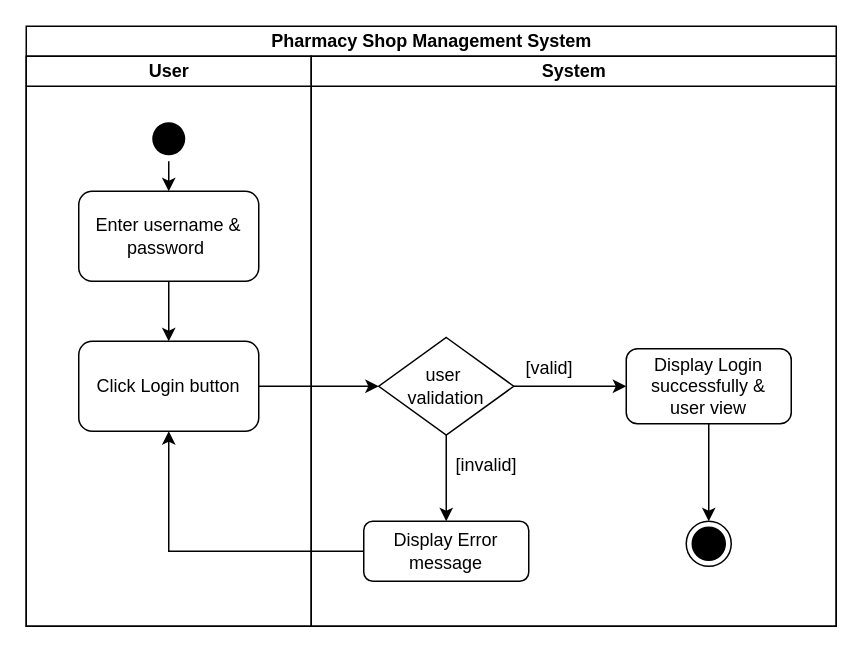
The draw.io diagram Doc/Activity Diagrams/Drawio Files/login.drawio in ChandimalPriyamantha/Pharmacy_Shop_Management_System, before the edit. Source tidied: cells renumbered, new cells numbered last; positions are measured from the earlier drawing's top-left corner, leaving out a move shared by most shapes. Both pictures are drawn from the tidied source at 150%, with x=0, y=0 at pixel (26, 26).
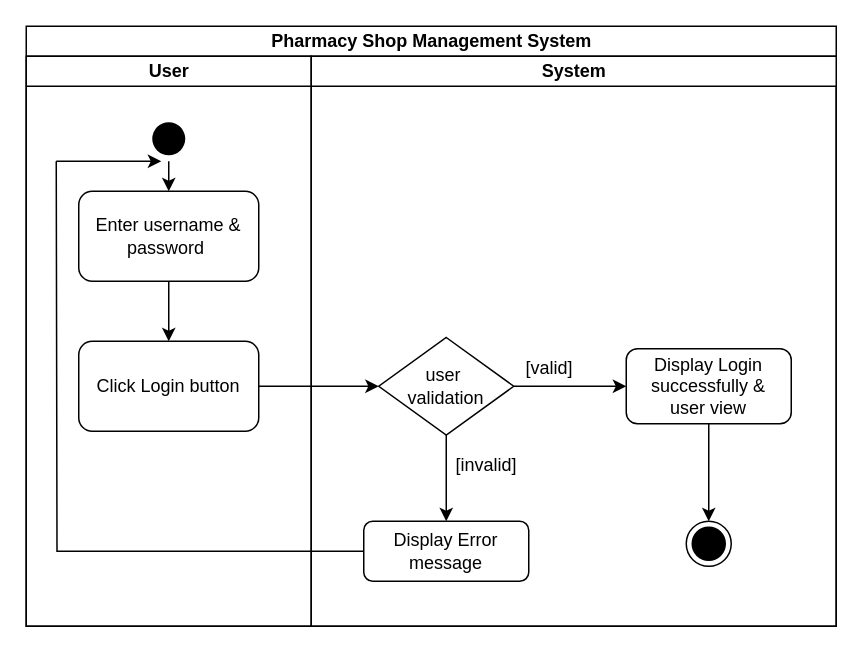
The same page after the edit.

The change refers to these unchanged cells:
```xml
<mxCell id="2" value="Pharmacy Shop Management System" style="swimlane;startSize=20;html=1;" parent="1" vertex="1">
  <mxGeometry width="540" height="400" as="geometry" />
</mxCell>
<mxCell id="8" value="Click Login button" style="rounded=1;whiteSpace=wrap;html=1;" parent="3" vertex="1">
  <mxGeometry x="35" y="190" width="120" height="60" as="geometry" />
</mxCell>
<mxCell id="10" value="Display Error message" style="rounded=1;whiteSpace=wrap;html=1;" parent="9" vertex="1">
  <mxGeometry x="35" y="310" width="110" height="40" as="geometry" />
</mxCell>
```

What changed in the source:
```diff
@@
-    <mxCell id="20" style="edgeStyle=orthogonalEdgeStyle;rounded=0;jettySize=auto;html=1;exitX=0;exitY=0.5;exitDx=0;exitDy=0;entryX=0.5;entryY=1;entryDx=0;entryDy=0;" parent="2" edge="1" source="10" target="8">
-      <mxGeometry relative="1" as="geometry" />
+    <mxCell id="20" style="edgeStyle=orthogonalEdgeStyle;rounded=0;jettySize=auto;html=1;exitX=0;exitY=0.5;exitDx=0;exitDy=0;endArrow=none;endFill=0;" parent="2" edge="1" source="10">
+      <mxGeometry relative="1" as="geometry">
+        <mxPoint x="20" y="90" as="targetPoint" />
+      </mxGeometry>
     </mxCell>
+    <mxCell id="21" style="endArrow=classic;html=1;rounded=0;" parent="1" edge="1">
+      <mxGeometry relative="1" as="geometry">
+        <mxPoint x="20" y="90" as="sourcePoint" />
+        <mxPoint x="90" y="90" as="targetPoint" />
+      </mxGeometry>
+    </mxCell>
```
